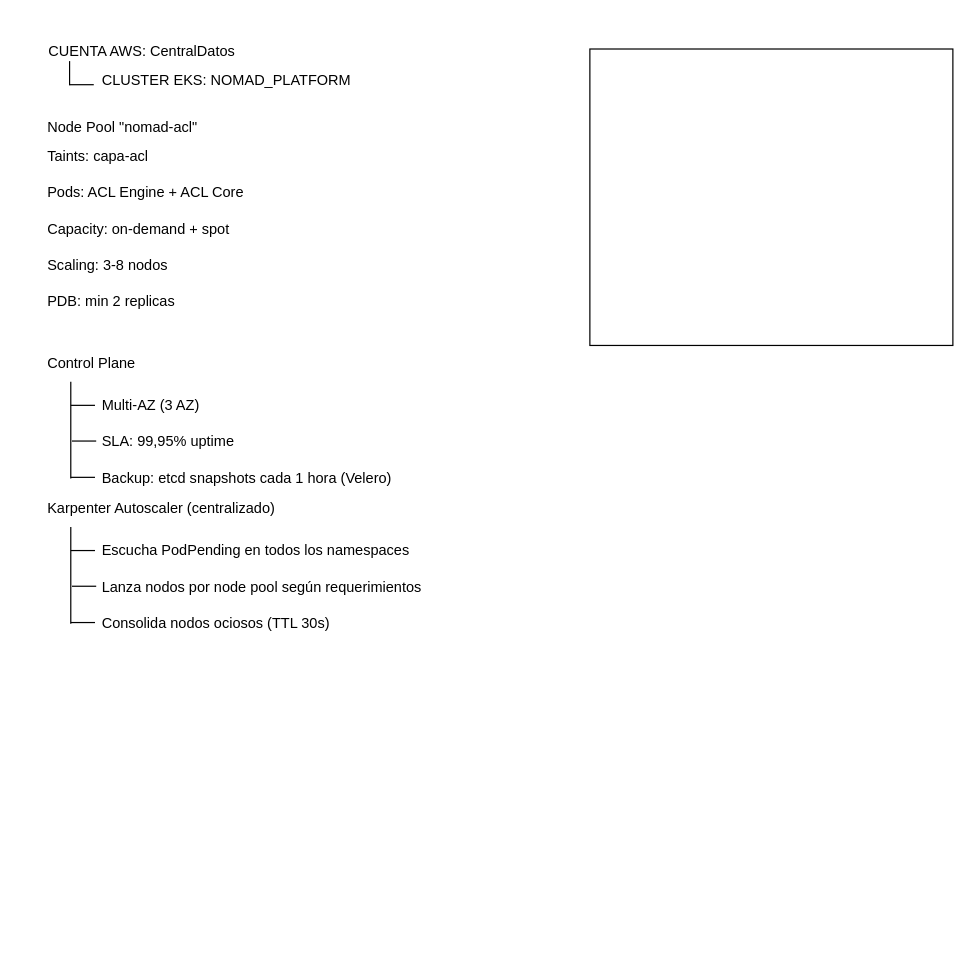
Earlier version of the draw.io diagram page "Copy of JerarquiaAWS" (18 of 20) of InversionVirtual.drawio (rdlarosa2/x4). Source tidied: cells renumbered, new cells numbered last; positions are measured from the earlier drawing's top-left corner, leaving out a move shared by most shapes. Both pictures are drawn from the tidied source at 121%, with x=0, y=0 at pixel (45, 33).
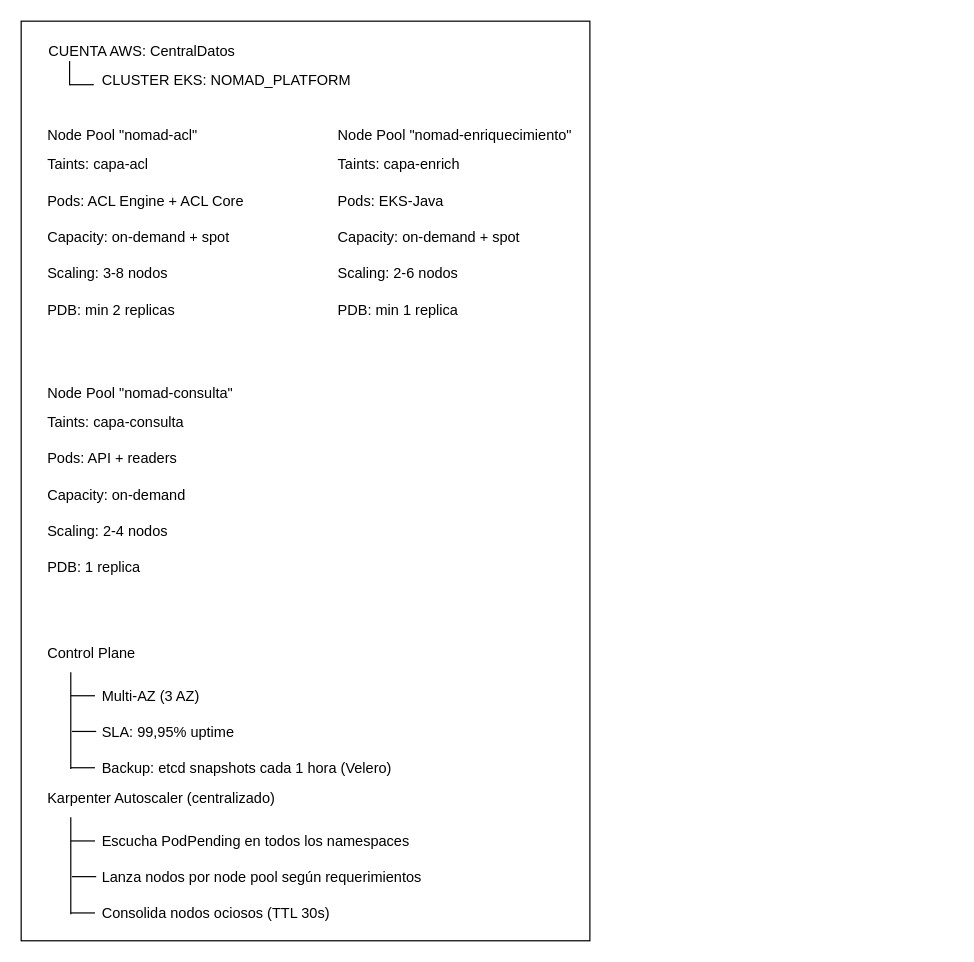
The same diagram, later.

Change to the diagram source:
```diff
@@
+    <mxCell id="22" style="group;" parent="1" vertex="1">
+      <mxGeometry width="460" height="750" as="geometry" />
+    </mxCell>
+    <mxCell id="23" value="CUENTA AWS: CentralDatos" style="text;html=1;whiteSpace=wrap;strokeColor=none;fillColor=none;align=center;verticalAlign=middle;rounded=0;" parent="22" vertex="1">
+      <mxGeometry width="160" height="30" as="geometry" />
+    </mxCell>
+    <mxCell id="24" style="group;" parent="22" vertex="1">
+      <mxGeometry x="20" y="23" width="20" height="20" as="geometry" />
+    </mxCell>
+    <mxCell id="25" style="endArrow=none;html=1;rounded=0;defaultLabelBackgroundColor=page;" parent="24" edge="1">
+      <mxGeometry relative="1" as="geometry">
+        <mxPoint y="20" as="sourcePoint" />
+        <mxPoint as="targetPoint" />
+      </mxGeometry>
+    </mxCell>
+    <mxCell id="26" style="endArrow=none;html=1;rounded=0;defaultLabelBackgroundColor=page;" parent="24" edge="1">
+      <mxGeometry relative="1" as="geometry">
+        <mxPoint y="19.5" as="sourcePoint" />
+        <mxPoint x="20" y="19.5" as="targetPoint" />
+      </mxGeometry>
+    </mxCell>
+    <mxCell id="27" value="CLUSTER EKS: NOMAD_PLATFORM" style="text;html=1;whiteSpace=wrap;strokeColor=none;fillColor=none;align=left;verticalAlign=middle;rounded=0;" parent="22" vertex="1">
+      <mxGeometry x="45" y="19" width="255" height="40" as="geometry" />
+    </mxCell>
-    <mxCell id="2" style="rounded=0;whiteSpace=wrap;html=1;fillColor=none;" parent="1" vertex="1">
-      <mxGeometry x="450" y="13" width="300" height="245" as="geometry" />
+    <mxCell id="2" style="rounded=0;whiteSpace=wrap;html=1;fillColor=none;" parent="22" vertex="1">
+      <mxGeometry x="-20" y="-10" width="470" height="760" as="geometry" />
     </mxCell>
+    <mxCell id="34" style="group;" parent="1" vertex="1">
+      <mxGeometry y="493" width="338" height="250" as="geometry" />
+    </mxCell>
-    <mxCell id="3" style="group;" parent="1" vertex="1">
-      <mxGeometry x="21" y="408" width="317" height="95" as="geometry" />
+    <mxCell id="3" style="group;" parent="34" vertex="1">
+      <mxGeometry x="21" y="155" width="317" height="95" as="geometry" />
     </mxCell>
@@
-    <mxCell id="12" value="Karpenter Autoscaler (centralizado)" style="text;html=1;whiteSpace=wrap;strokeColor=none;fillColor=none;align=left;verticalAlign=middle;rounded=0;" parent="1" vertex="1">
-      <mxGeometry y="373" width="210" height="40" as="geometry" />
+    <mxCell id="12" value="Karpenter Autoscaler (centralizado)" style="text;html=1;whiteSpace=wrap;strokeColor=none;fillColor=none;align=left;verticalAlign=middle;rounded=0;" parent="34" vertex="1">
+      <mxGeometry y="120" width="210" height="40" as="geometry" />
     </mxCell>
-    <mxCell id="13" value="Control Plane" style="text;html=1;whiteSpace=wrap;strokeColor=none;fillColor=none;align=left;verticalAlign=middle;rounded=0;" parent="1" vertex="1">
-      <mxGeometry y="253" width="210" height="40" as="geometry" />
+    <mxCell id="13" value="Control Plane" style="text;html=1;whiteSpace=wrap;strokeColor=none;fillColor=none;align=left;verticalAlign=middle;rounded=0;" parent="34" vertex="1">
+      <mxGeometry width="210" height="40" as="geometry" />
     </mxCell>
-    <mxCell id="14" value="Multi-AZ (3 AZ)" style="text;html=1;whiteSpace=wrap;strokeColor=none;fillColor=none;align=left;verticalAlign=middle;rounded=0;" parent="1" vertex="1">
-      <mxGeometry x="45" y="293" width="293" height="30" as="geometry" />
+    <mxCell id="14" value="Multi-AZ (3 AZ)" style="text;html=1;whiteSpace=wrap;strokeColor=none;fillColor=none;align=left;verticalAlign=middle;rounded=0;" parent="34" vertex="1">
+      <mxGeometry x="45" y="40" width="293" height="30" as="geometry" />
     </mxCell>
-    <mxCell id="15" value="SLA: 99,95% uptime" style="text;html=1;whiteSpace=wrap;strokeColor=none;fillColor=none;align=left;verticalAlign=middle;rounded=0;" parent="1" vertex="1">
-      <mxGeometry x="45" y="323" width="293" height="30" as="geometry" />
+    <mxCell id="15" value="SLA: 99,95% uptime" style="text;html=1;whiteSpace=wrap;strokeColor=none;fillColor=none;align=left;verticalAlign=middle;rounded=0;" parent="34" vertex="1">
+      <mxGeometry x="45" y="70" width="293" height="30" as="geometry" />
     </mxCell>
-    <mxCell id="16" value="Backup: etcd snapshots cada 1 hora (Velero)" style="text;html=1;whiteSpace=wrap;strokeColor=none;fillColor=none;align=left;verticalAlign=middle;rounded=0;" parent="1" vertex="1">
-      <mxGeometry x="45" y="353" width="293" height="30" as="geometry" />
+    <mxCell id="16" value="Backup: etcd snapshots cada 1 hora (Velero)" style="text;html=1;whiteSpace=wrap;strokeColor=none;fillColor=none;align=left;verticalAlign=middle;rounded=0;" parent="34" vertex="1">
+      <mxGeometry x="45" y="100" width="293" height="30" as="geometry" />
     </mxCell>
-    <mxCell id="17" style="group;" parent="1" vertex="1">
-      <mxGeometry x="21" y="288" width="21" height="80" as="geometry" />
+    <mxCell id="17" style="group;" parent="34" vertex="1">
+      <mxGeometry x="21" y="35" width="21" height="80" as="geometry" />
     </mxCell>
@@
-    <mxCell id="22" style="group;" parent="1" vertex="1">
-      <mxGeometry width="300" height="59" as="geometry" />
-    </mxCell>
-    <mxCell id="23" value="CUENTA AWS: CentralDatos" style="text;html=1;whiteSpace=wrap;strokeColor=none;fillColor=none;align=center;verticalAlign=middle;rounded=0;" parent="22" vertex="1">
-      <mxGeometry width="160" height="30" as="geometry" />
-    </mxCell>
-    <mxCell id="24" style="group;" parent="22" vertex="1">
-      <mxGeometry x="20" y="23" width="20" height="20" as="geometry" />
-    </mxCell>
-    <mxCell id="25" style="endArrow=none;html=1;rounded=0;defaultLabelBackgroundColor=page;" parent="24" edge="1">
-      <mxGeometry relative="1" as="geometry">
-        <mxPoint y="20" as="sourcePoint" />
-        <mxPoint as="targetPoint" />
-      </mxGeometry>
-    </mxCell>
-    <mxCell id="26" style="endArrow=none;html=1;rounded=0;defaultLabelBackgroundColor=page;" parent="24" edge="1">
-      <mxGeometry relative="1" as="geometry">
-        <mxPoint y="19.5" as="sourcePoint" />
-        <mxPoint x="20" y="19.5" as="targetPoint" />
-      </mxGeometry>
-    </mxCell>
-    <mxCell id="27" value="CLUSTER EKS: NOMAD_PLATFORM" style="text;html=1;whiteSpace=wrap;strokeColor=none;fillColor=none;align=left;verticalAlign=middle;rounded=0;" parent="22" vertex="1">
-      <mxGeometry x="45" y="19" width="255" height="40" as="geometry" />
-    </mxCell>
+    <mxCell id="35" value="Node Pool &quot;nomad-consulta&quot;" style="text;html=1;whiteSpace=wrap;strokeColor=none;fillColor=none;align=left;verticalAlign=middle;rounded=0;" parent="1" vertex="1">
+      <mxGeometry y="283" width="210" height="30" as="geometry" />
+    </mxCell>
+    <mxCell id="36" value="Taints: capa-consulta" style="text;html=1;whiteSpace=wrap;strokeColor=none;fillColor=none;align=left;verticalAlign=middle;rounded=0;" parent="1" vertex="1">
+      <mxGeometry y="307" width="210" height="30" as="geometry" />
+    </mxCell>
+    <mxCell id="37" value="Pods: API + readers" style="text;html=1;whiteSpace=wrap;strokeColor=none;fillColor=none;align=left;verticalAlign=middle;rounded=0;" parent="1" vertex="1">
+      <mxGeometry y="337" width="210" height="30" as="geometry" />
+    </mxCell>
+    <mxCell id="38" value="Capacity: on-demand&amp;nbsp;" style="text;html=1;whiteSpace=wrap;strokeColor=none;fillColor=none;align=left;verticalAlign=middle;rounded=0;" parent="1" vertex="1">
+      <mxGeometry y="367" width="210" height="30" as="geometry" />
+    </mxCell>
+    <mxCell id="39" value="Scaling: 2-4 nodos" style="text;html=1;whiteSpace=wrap;strokeColor=none;fillColor=none;align=left;verticalAlign=middle;rounded=0;" parent="1" vertex="1">
+      <mxGeometry y="397" width="210" height="30" as="geometry" />
+    </mxCell>
+    <mxCell id="40" value="PDB: 1 replica" style="text;html=1;whiteSpace=wrap;strokeColor=none;fillColor=none;align=left;verticalAlign=middle;rounded=0;" parent="1" vertex="1">
+      <mxGeometry y="427" width="210" height="30" as="geometry" />
+    </mxCell>
+    <mxCell id="41" style="group;" parent="1" vertex="1">
+      <mxGeometry y="70" width="450" height="174" as="geometry" />
+    </mxCell>
+    <mxCell id="42" style="group;" parent="41" vertex="1">
+      <mxGeometry width="210" height="174" as="geometry" />
+    </mxCell>
-    <mxCell id="28" value="Node Pool &quot;nomad-acl&quot;" style="text;html=1;whiteSpace=wrap;strokeColor=none;fillColor=none;align=left;verticalAlign=middle;rounded=0;" parent="1" vertex="1">
-      <mxGeometry y="63" width="210" height="30" as="geometry" />
+    <mxCell id="28" value="Node Pool &quot;nomad-acl&quot;" style="text;html=1;whiteSpace=wrap;strokeColor=none;fillColor=none;align=left;verticalAlign=middle;rounded=0;" parent="42" vertex="1">
+      <mxGeometry width="210" height="30" as="geometry" />
     </mxCell>
-    <mxCell id="29" value="Taints: capa-acl" style="text;html=1;whiteSpace=wrap;strokeColor=none;fillColor=none;align=left;verticalAlign=middle;rounded=0;" parent="1" vertex="1">
-      <mxGeometry y="87" width="210" height="30" as="geometry" />
+    <mxCell id="29" value="Taints: capa-acl" style="text;html=1;whiteSpace=wrap;strokeColor=none;fillColor=none;align=left;verticalAlign=middle;rounded=0;" parent="42" vertex="1">
+      <mxGeometry y="24" width="210" height="30" as="geometry" />
     </mxCell>
-    <mxCell id="30" value="Pods: ACL Engine + ACL Core" style="text;html=1;whiteSpace=wrap;strokeColor=none;fillColor=none;align=left;verticalAlign=middle;rounded=0;" parent="1" vertex="1">
-      <mxGeometry y="117" width="210" height="30" as="geometry" />
+    <mxCell id="30" value="Pods: ACL Engine + ACL Core" style="text;html=1;whiteSpace=wrap;strokeColor=none;fillColor=none;align=left;verticalAlign=middle;rounded=0;" parent="42" vertex="1">
+      <mxGeometry y="54" width="210" height="30" as="geometry" />
     </mxCell>
-    <mxCell id="31" value="Capacity: on-demand + spot" style="text;html=1;whiteSpace=wrap;strokeColor=none;fillColor=none;align=left;verticalAlign=middle;rounded=0;" parent="1" vertex="1">
-      <mxGeometry y="147" width="210" height="30" as="geometry" />
+    <mxCell id="31" value="Capacity: on-demand + spot" style="text;html=1;whiteSpace=wrap;strokeColor=none;fillColor=none;align=left;verticalAlign=middle;rounded=0;" parent="42" vertex="1">
+      <mxGeometry y="84" width="210" height="30" as="geometry" />
     </mxCell>
-    <mxCell id="32" value="Scaling: 3-8 nodos" style="text;html=1;whiteSpace=wrap;strokeColor=none;fillColor=none;align=left;verticalAlign=middle;rounded=0;" parent="1" vertex="1">
-      <mxGeometry y="177" width="210" height="30" as="geometry" />
+    <mxCell id="32" value="Scaling: 3-8 nodos" style="text;html=1;whiteSpace=wrap;strokeColor=none;fillColor=none;align=left;verticalAlign=middle;rounded=0;" parent="42" vertex="1">
+      <mxGeometry y="114" width="210" height="30" as="geometry" />
     </mxCell>
-    <mxCell id="33" value="PDB: min 2 replicas" style="text;html=1;whiteSpace=wrap;strokeColor=none;fillColor=none;align=left;verticalAlign=middle;rounded=0;" parent="1" vertex="1">
-      <mxGeometry y="207" width="210" height="30" as="geometry" />
+    <mxCell id="33" value="PDB: min 2 replicas" style="text;html=1;whiteSpace=wrap;strokeColor=none;fillColor=none;align=left;verticalAlign=middle;rounded=0;" parent="42" vertex="1">
+      <mxGeometry y="144" width="210" height="30" as="geometry" />
     </mxCell>
+    <mxCell id="43" style="group;" parent="41" vertex="1">
+      <mxGeometry x="240" width="210" height="174" as="geometry" />
+    </mxCell>
+    <mxCell id="44" value="Node Pool &quot;nomad-enriquecimiento&quot;" style="text;html=1;whiteSpace=wrap;strokeColor=none;fillColor=none;align=left;verticalAlign=middle;rounded=0;" parent="43" vertex="1">
+      <mxGeometry width="210" height="30" as="geometry" />
+    </mxCell>
+    <mxCell id="45" value="Taints: capa-enrich" style="text;html=1;whiteSpace=wrap;strokeColor=none;fillColor=none;align=left;verticalAlign=middle;rounded=0;" parent="43" vertex="1">
+      <mxGeometry y="24" width="210" height="30" as="geometry" />
+    </mxCell>
+    <mxCell id="46" value="Pods: EKS-Java" style="text;html=1;whiteSpace=wrap;strokeColor=none;fillColor=none;align=left;verticalAlign=middle;rounded=0;" parent="43" vertex="1">
+      <mxGeometry y="54" width="210" height="30" as="geometry" />
+    </mxCell>
+    <mxCell id="47" value="Capacity: on-demand + spot" style="text;html=1;whiteSpace=wrap;strokeColor=none;fillColor=none;align=left;verticalAlign=middle;rounded=0;" parent="43" vertex="1">
+      <mxGeometry y="84" width="210" height="30" as="geometry" />
+    </mxCell>
+    <mxCell id="48" value="Scaling: 2-6 nodos" style="text;html=1;whiteSpace=wrap;strokeColor=none;fillColor=none;align=left;verticalAlign=middle;rounded=0;" parent="43" vertex="1">
+      <mxGeometry y="114" width="210" height="30" as="geometry" />
+    </mxCell>
+    <mxCell id="49" value="PDB: min 1 replica" style="text;html=1;whiteSpace=wrap;strokeColor=none;fillColor=none;align=left;verticalAlign=middle;rounded=0;" parent="43" vertex="1">
+      <mxGeometry y="144" width="210" height="30" as="geometry" />
+    </mxCell>
```
